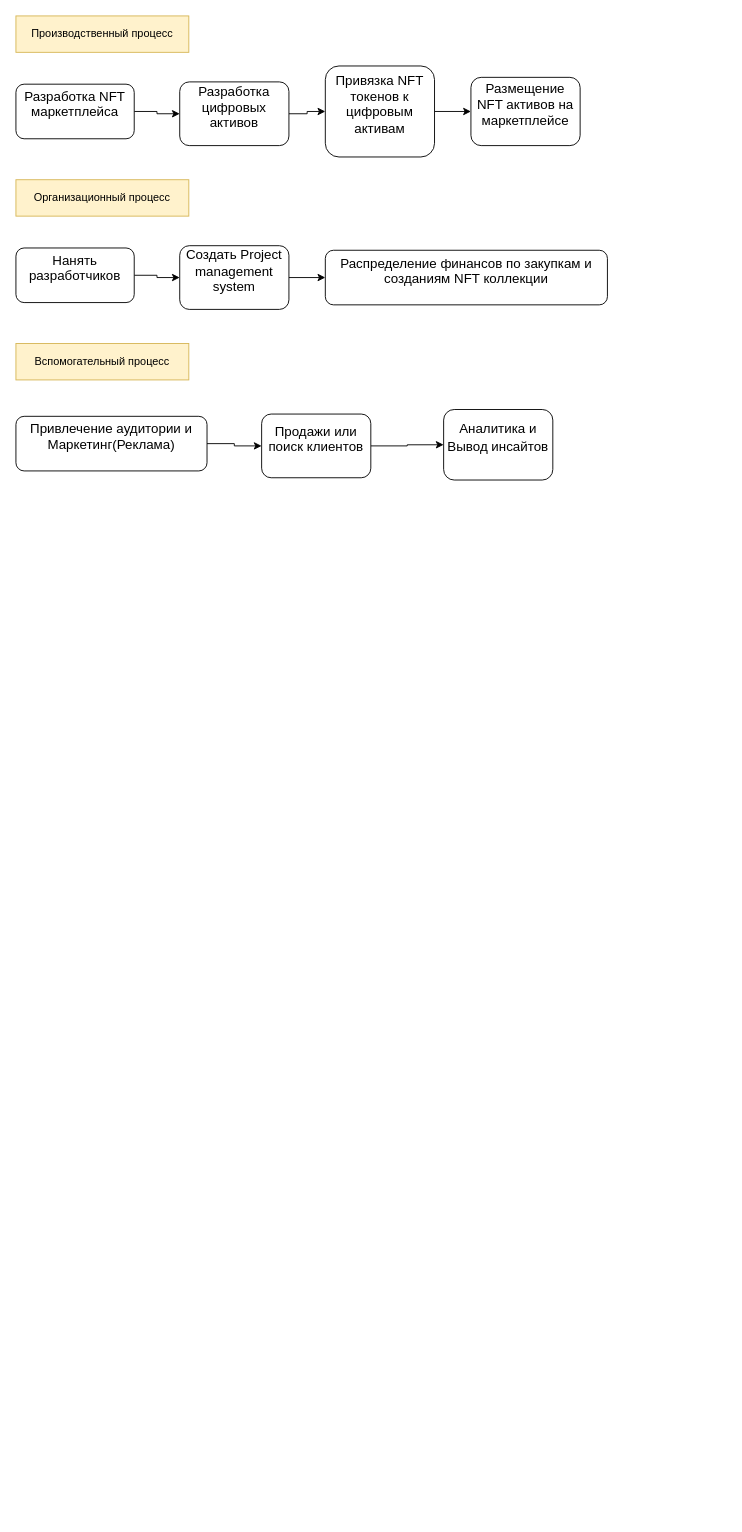
This is Untitled Diagram.drawio from sultanbek149/mmtour, a draw.io file, before an edit. Source tidied: cells renumbered, new cells numbered last; positions are measured from the earlier drawing's top-left corner, leaving out a move shared by most shapes. Both pictures are drawn from the tidied source at 91%, with x=0, y=0 at pixel (15, 15).
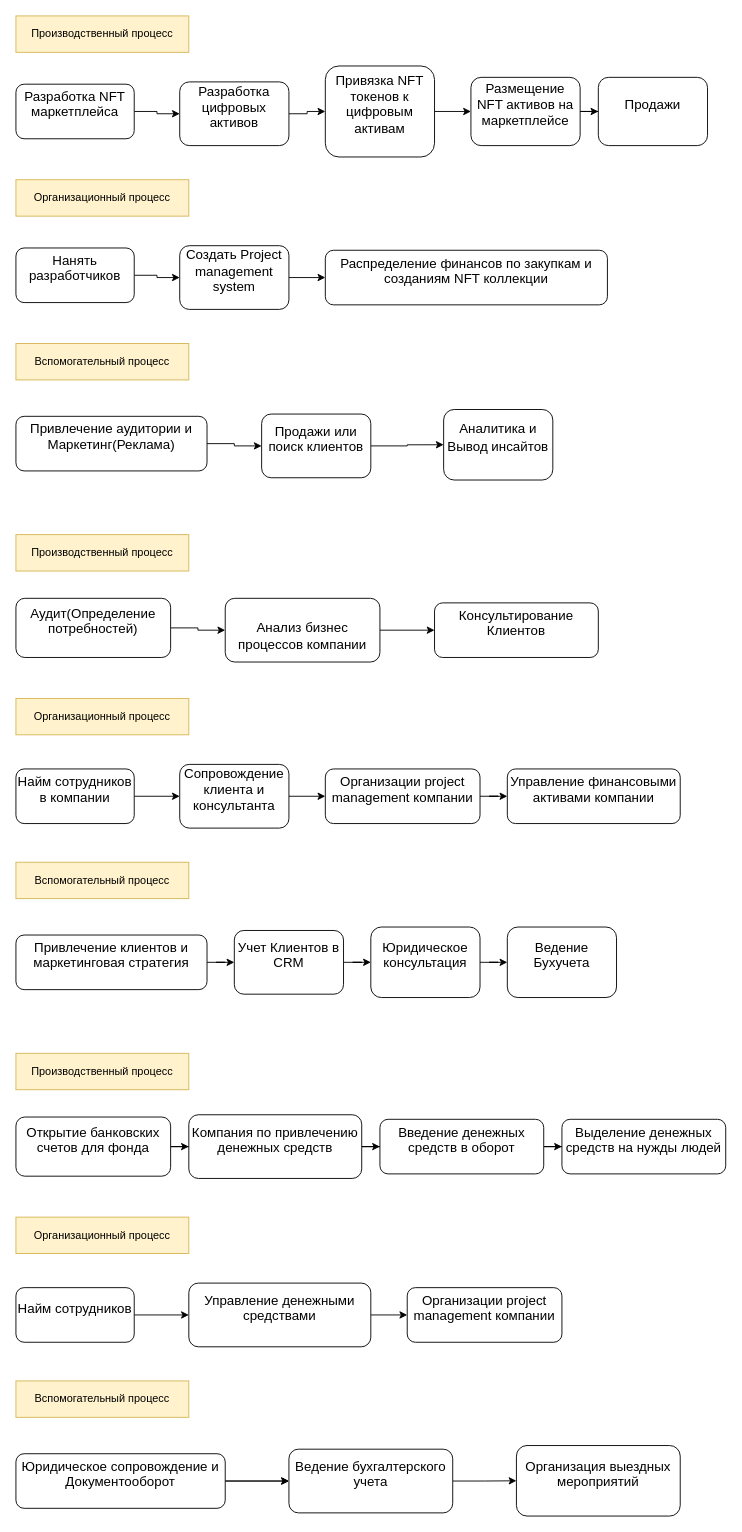
The same page after the edit.

The change refers to these unchanged cells:
```xml
<mxCell id="8" value="&#10;&lt;b id=&quot;docs-internal-guid-ccbc7a6e-7fff-dd11-a431-dc3e7549b8f0&quot; style=&quot;font-weight:normal;&quot;&gt;&lt;span style=&quot;font-size: 11pt; font-family: Arial; color: rgb(0, 0, 0); background-color: transparent; font-weight: 400; font-style: normal; font-variant: normal; text-decoration: none; vertical-align: baseline;&quot;&gt;Размещение NFT активов на маркетплейсе&lt;/span&gt;&lt;/b&gt;&#10;&#10;" style="rounded=1;whiteSpace=wrap;html=1;" parent="1" vertex="1">
  <mxGeometry x="500" y="67.5" width="120" height="75" as="geometry" />
</mxCell>
```

Change to the diagram source:
```diff
@@
+    <mxCell id="22" style="edgeStyle=orthogonalEdgeStyle;rounded=0;jettySize=auto;html=1;" parent="1" edge="1" source="8" target="66">
+      <mxGeometry relative="1" as="geometry" />
+    </mxCell>
@@
+    <mxCell id="23" style="edgeStyle=orthogonalEdgeStyle;rounded=0;jettySize=auto;html=1;entryX=0;entryY=0.5;entryDx=0;entryDy=0;" parent="1" edge="1" source="24" target="26">
+      <mxGeometry relative="1" as="geometry" />
+    </mxCell>
+    <mxCell id="24" value="&#10;&lt;b id=&quot;docs-internal-guid-e39f80f4-7fff-b17f-7479-836f5277891b&quot; style=&quot;font-weight:normal;&quot;&gt;&lt;span style=&quot;font-size: 11pt; font-family: Arial; color: rgb(0, 0, 0); background-color: transparent; font-weight: 400; font-style: normal; font-variant: normal; text-decoration: none; vertical-align: baseline;&quot;&gt;Аудит(Определение потребностей) &lt;/span&gt;&lt;/b&gt;&#10;&#10;" style="rounded=1;whiteSpace=wrap;html=1;" parent="1" vertex="1">
+      <mxGeometry y="640" width="170" height="65" as="geometry" />
+    </mxCell>
+    <mxCell id="25" style="edgeStyle=orthogonalEdgeStyle;rounded=0;jettySize=auto;html=1;entryX=0;entryY=0.5;entryDx=0;entryDy=0;" parent="1" edge="1" source="26" target="27">
+      <mxGeometry relative="1" as="geometry" />
+    </mxCell>
+    <mxCell id="26" value="&lt;br&gt;&lt;b id=&quot;docs-internal-guid-de23997b-7fff-5160-2b00-cbf0acf398ae&quot; style=&quot;font-weight:normal;&quot;&gt;&lt;span style=&quot;font-size: 11pt; font-family: Arial; color: rgb(0, 0, 0); background-color: transparent; font-weight: 400; font-style: normal; font-variant: normal; text-decoration: none; vertical-align: baseline;&quot;&gt;Анализ бизнес процессов компании&lt;/span&gt;&lt;/b&gt;&lt;br&gt;" style="rounded=1;whiteSpace=wrap;html=1;" parent="1" vertex="1">
+      <mxGeometry x="230" y="640" width="170" height="70" as="geometry" />
+    </mxCell>
+    <mxCell id="27" value="&#10;&lt;b id=&quot;docs-internal-guid-f3f77ac6-7fff-e741-70d7-939f3a9f3dd9&quot; style=&quot;font-weight:normal;&quot;&gt;&lt;span style=&quot;font-size: 11pt; font-family: Arial; color: rgb(0, 0, 0); background-color: transparent; font-weight: 400; font-style: normal; font-variant: normal; text-decoration: none; vertical-align: baseline;&quot;&gt;Консультирование Клиентов&lt;/span&gt;&lt;/b&gt;&#10;&#10;" style="rounded=1;whiteSpace=wrap;html=1;" parent="1" vertex="1">
+      <mxGeometry x="460" y="645" width="180" height="60" as="geometry" />
+    </mxCell>
+    <mxCell id="28" value="Производственный процесс" style="rounded=0;whiteSpace=wrap;html=1;fillColor=#fff2cc;strokeColor=#d6b656;" parent="1" vertex="1">
+      <mxGeometry y="570" width="190" height="40" as="geometry" />
+    </mxCell>
+    <mxCell id="29" style="edgeStyle=orthogonalEdgeStyle;rounded=0;jettySize=auto;html=1;entryX=0;entryY=0.5;entryDx=0;entryDy=0;" parent="1" edge="1" source="30" target="32">
+      <mxGeometry relative="1" as="geometry" />
+    </mxCell>
+    <mxCell id="30" value="&#10;&lt;b id=&quot;docs-internal-guid-0f8b5d5e-7fff-fe9a-84e4-c1b95ffad4e1&quot; style=&quot;font-weight:normal;&quot;&gt;&lt;span style=&quot;font-size: 11pt; font-family: Arial; color: rgb(0, 0, 0); background-color: transparent; font-weight: 400; font-style: normal; font-variant: normal; text-decoration: none; vertical-align: baseline;&quot;&gt;Найм сотрудников в компании&lt;/span&gt;&lt;/b&gt;&#10;&#10;" style="rounded=1;whiteSpace=wrap;html=1;" parent="1" vertex="1">
+      <mxGeometry y="827.5" width="130" height="60" as="geometry" />
+    </mxCell>
+    <mxCell id="31" style="edgeStyle=orthogonalEdgeStyle;rounded=0;jettySize=auto;html=1;entryX=0;entryY=0.5;entryDx=0;entryDy=0;" parent="1" edge="1" source="32" target="34">
+      <mxGeometry relative="1" as="geometry" />
+    </mxCell>
+    <mxCell id="32" value="&#10;&lt;b id=&quot;docs-internal-guid-c462c01d-7fff-4cb5-15da-b755e34e9159&quot; style=&quot;font-weight:normal;&quot;&gt;&lt;span style=&quot;font-size: 11pt; font-family: Arial; color: rgb(0, 0, 0); background-color: transparent; font-weight: 400; font-style: normal; font-variant: normal; text-decoration: none; vertical-align: baseline;&quot;&gt;Сопровождение клиента и консультанта &lt;/span&gt;&lt;/b&gt;&#10;&#10;" style="rounded=1;whiteSpace=wrap;html=1;" parent="1" vertex="1">
+      <mxGeometry x="180" y="822.5" width="120" height="70" as="geometry" />
+    </mxCell>
+    <mxCell id="33" style="edgeStyle=orthogonalEdgeStyle;rounded=0;jettySize=auto;html=1;entryX=0;entryY=0.5;entryDx=0;entryDy=0;" parent="1" edge="1" source="34" target="44">
+      <mxGeometry relative="1" as="geometry" />
+    </mxCell>
+    <mxCell id="34" value="&#10;&lt;b id=&quot;docs-internal-guid-fbcc2265-7fff-6ce4-9e30-935db00eb05e&quot; style=&quot;font-weight:normal;&quot;&gt;&lt;span style=&quot;font-size: 11pt; font-family: Arial; color: rgb(0, 0, 0); background-color: transparent; font-weight: 400; font-style: normal; font-variant: normal; text-decoration: none; vertical-align: baseline;&quot;&gt;Организации project management компании &lt;/span&gt;&lt;/b&gt;&#10;&#10;" style="rounded=1;whiteSpace=wrap;html=1;" parent="1" vertex="1">
+      <mxGeometry x="340" y="827.5" width="170" height="60" as="geometry" />
+    </mxCell>
+    <mxCell id="35" value="Организационный процесс" style="rounded=0;whiteSpace=wrap;html=1;fillColor=#fff2cc;strokeColor=#d6b656;" parent="1" vertex="1">
+      <mxGeometry y="750" width="190" height="40" as="geometry" />
+    </mxCell>
+    <mxCell id="36" value="Вспомогательный процесс" style="rounded=0;whiteSpace=wrap;html=1;fillColor=#fff2cc;strokeColor=#d6b656;" parent="1" vertex="1">
+      <mxGeometry y="930" width="190" height="40" as="geometry" />
+    </mxCell>
+    <mxCell id="37" style="edgeStyle=orthogonalEdgeStyle;rounded=0;jettySize=auto;html=1;entryX=0;entryY=0.5;entryDx=0;entryDy=0;" parent="1" edge="1" source="38" target="40">
+      <mxGeometry relative="1" as="geometry" />
+    </mxCell>
+    <mxCell id="38" value="&#10;&lt;b id=&quot;docs-internal-guid-5d1d78f2-7fff-3f8a-8016-0a550ca6c14c&quot; style=&quot;font-weight:normal;&quot;&gt;&lt;span style=&quot;font-size: 11pt; font-family: Arial; color: rgb(0, 0, 0); background-color: transparent; font-weight: 400; font-style: normal; font-variant: normal; text-decoration: none; vertical-align: baseline;&quot;&gt;Привлечение клиентов и маркетинговая стратегия &lt;/span&gt;&lt;/b&gt;&#10;&#10;" style="rounded=1;whiteSpace=wrap;html=1;" parent="1" vertex="1">
+      <mxGeometry y="1010" width="210" height="60" as="geometry" />
+    </mxCell>
+    <mxCell id="39" style="edgeStyle=orthogonalEdgeStyle;rounded=0;jettySize=auto;html=1;entryX=0;entryY=0.5;entryDx=0;entryDy=0;" parent="1" edge="1" source="40" target="42">
+      <mxGeometry relative="1" as="geometry" />
+    </mxCell>
+    <mxCell id="40" value="&#10;&lt;b id=&quot;docs-internal-guid-d34a9768-7fff-b251-e9e5-b16be181ba30&quot; style=&quot;font-weight:normal;&quot;&gt;&lt;span style=&quot;font-size: 11pt; font-family: Arial; color: rgb(0, 0, 0); background-color: transparent; font-weight: 400; font-style: normal; font-variant: normal; text-decoration: none; vertical-align: baseline;&quot;&gt;Учет Клиентов в CRM&lt;/span&gt;&lt;/b&gt;&#10;&#10;" style="rounded=1;whiteSpace=wrap;html=1;" parent="1" vertex="1">
+      <mxGeometry x="240" y="1005" width="120" height="70" as="geometry" />
+    </mxCell>
+    <mxCell id="41" style="edgeStyle=orthogonalEdgeStyle;rounded=0;jettySize=auto;html=1;" parent="1" edge="1" source="42" target="43">
+      <mxGeometry relative="1" as="geometry" />
+    </mxCell>
+    <mxCell id="42" value="&#10;&lt;b id=&quot;docs-internal-guid-b73d77fd-7fff-e043-3293-66844e26afa7&quot; style=&quot;font-weight:normal;&quot;&gt;&lt;span style=&quot;font-size: 11pt; font-family: Arial; color: rgb(0, 0, 0); background-color: transparent; font-weight: 400; font-style: normal; font-variant: normal; text-decoration: none; vertical-align: baseline;&quot;&gt;Юридическое консультация&lt;/span&gt;&lt;/b&gt;&#10;&#10;" style="rounded=1;whiteSpace=wrap;html=1;" parent="1" vertex="1">
+      <mxGeometry x="390" y="1001.2" width="120" height="77.5" as="geometry" />
+    </mxCell>
+    <mxCell id="43" value="&#10;&lt;b id=&quot;docs-internal-guid-2f4207cc-7fff-4f81-8a82-0050f741820a&quot; style=&quot;font-weight:normal;&quot;&gt;&lt;span style=&quot;font-size: 11pt; font-family: Arial; color: rgb(0, 0, 0); background-color: transparent; font-weight: 400; font-style: normal; font-variant: normal; text-decoration: none; vertical-align: baseline;&quot;&gt;Ведение Бухучета &lt;/span&gt;&lt;/b&gt;&#10;&#10;" style="rounded=1;whiteSpace=wrap;html=1;" parent="1" vertex="1">
+      <mxGeometry x="540" y="1001.2" width="120" height="77.5" as="geometry" />
+    </mxCell>
+    <mxCell id="44" value="&#10;&lt;b id=&quot;docs-internal-guid-fe8669e9-7fff-035b-330b-f3b5a4d4f21e&quot; style=&quot;font-weight:normal;&quot;&gt;&lt;span style=&quot;font-size: 11pt; font-family: Arial; color: rgb(0, 0, 0); background-color: transparent; font-weight: 400; font-style: normal; font-variant: normal; text-decoration: none; vertical-align: baseline;&quot;&gt;Управление финансовыми активами компании &lt;/span&gt;&lt;/b&gt;&#10;&#10;" style="rounded=1;whiteSpace=wrap;html=1;" parent="1" vertex="1">
+      <mxGeometry x="540" y="827.5" width="190" height="60" as="geometry" />
+    </mxCell>
+    <mxCell id="45" style="edgeStyle=orthogonalEdgeStyle;rounded=0;jettySize=auto;html=1;entryX=0;entryY=0.5;entryDx=0;entryDy=0;" parent="1" edge="1" source="46" target="48">
+      <mxGeometry relative="1" as="geometry" />
+    </mxCell>
+    <mxCell id="46" value="&#10;&lt;b id=&quot;docs-internal-guid-cefa3436-7fff-01af-74ba-70fbac50dba5&quot; style=&quot;font-weight:normal;&quot;&gt;&lt;span style=&quot;font-size: 11pt; font-family: Arial; color: rgb(0, 0, 0); background-color: transparent; font-weight: 400; font-style: normal; font-variant: normal; text-decoration: none; vertical-align: baseline;&quot;&gt;Открытие банковских счетов для фонда &lt;/span&gt;&lt;/b&gt;&#10;&#10;" style="rounded=1;whiteSpace=wrap;html=1;" parent="1" vertex="1">
+      <mxGeometry y="1210" width="170" height="65" as="geometry" />
+    </mxCell>
+    <mxCell id="47" style="edgeStyle=orthogonalEdgeStyle;rounded=0;jettySize=auto;html=1;entryX=0;entryY=0.5;entryDx=0;entryDy=0;" parent="1" edge="1" source="48" target="50">
+      <mxGeometry relative="1" as="geometry" />
+    </mxCell>
+    <mxCell id="48" value="&#10;&lt;b id=&quot;docs-internal-guid-3e9f7b9d-7fff-3a05-1a1b-f8e4127007ad&quot; style=&quot;font-weight:normal;&quot;&gt;&lt;span style=&quot;font-size: 11pt; font-family: Arial; color: rgb(0, 0, 0); background-color: transparent; font-weight: 400; font-style: normal; font-variant: normal; text-decoration: none; vertical-align: baseline;&quot;&gt;Компания по привлечению денежных средств &lt;/span&gt;&lt;/b&gt;&#10;&#10;" style="rounded=1;whiteSpace=wrap;html=1;" parent="1" vertex="1">
+      <mxGeometry x="190" y="1207.5" width="190" height="70" as="geometry" />
+    </mxCell>
+    <mxCell id="49" style="edgeStyle=orthogonalEdgeStyle;rounded=0;jettySize=auto;html=1;entryX=0;entryY=0.5;entryDx=0;entryDy=0;" parent="1" edge="1" source="50" target="65">
+      <mxGeometry relative="1" as="geometry" />
+    </mxCell>
+    <mxCell id="50" value="&#10;&lt;b id=&quot;docs-internal-guid-65af1e6c-7fff-b7fd-8757-971f292750b2&quot; style=&quot;font-weight:normal;&quot;&gt;&lt;span style=&quot;font-size: 11pt; font-family: Arial; color: rgb(0, 0, 0); background-color: transparent; font-weight: 400; font-style: normal; font-variant: normal; text-decoration: none; vertical-align: baseline;&quot;&gt;Введение денежных средств в оборот &lt;/span&gt;&lt;/b&gt;&#10;&#10;" style="rounded=1;whiteSpace=wrap;html=1;" parent="1" vertex="1">
+      <mxGeometry x="400" y="1212.5" width="180" height="60" as="geometry" />
+    </mxCell>
+    <mxCell id="51" value="Производственный процесс" style="rounded=0;whiteSpace=wrap;html=1;fillColor=#fff2cc;strokeColor=#d6b656;" parent="1" vertex="1">
+      <mxGeometry y="1140" width="190" height="40" as="geometry" />
+    </mxCell>
+    <mxCell id="52" style="edgeStyle=orthogonalEdgeStyle;rounded=0;jettySize=auto;html=1;entryX=0;entryY=0.5;entryDx=0;entryDy=0;" parent="1" edge="1" source="53" target="55">
+      <mxGeometry relative="1" as="geometry" />
+    </mxCell>
+    <mxCell id="53" value="&#10;&lt;b id=&quot;docs-internal-guid-64914f5c-7fff-d9cc-cb98-894156369909&quot; style=&quot;font-weight:normal;&quot;&gt;&lt;span style=&quot;font-size: 11pt; font-family: Arial; color: rgb(0, 0, 0); background-color: transparent; font-weight: 400; font-style: normal; font-variant: normal; text-decoration: none; vertical-align: baseline;&quot;&gt;Найм сотрудников&lt;/span&gt;&lt;/b&gt;&#10;&#10;" style="rounded=1;whiteSpace=wrap;html=1;" parent="1" vertex="1">
+      <mxGeometry y="1397.5" width="130" height="60" as="geometry" />
+    </mxCell>
+    <mxCell id="54" style="edgeStyle=orthogonalEdgeStyle;rounded=0;jettySize=auto;html=1;entryX=0;entryY=0.5;entryDx=0;entryDy=0;" parent="1" edge="1" source="55" target="56">
+      <mxGeometry relative="1" as="geometry" />
+    </mxCell>
+    <mxCell id="55" value="&#10;&lt;b id=&quot;docs-internal-guid-54f26c0d-7fff-f82d-be3c-b8fee72574c4&quot; style=&quot;font-weight:normal;&quot;&gt;&lt;span style=&quot;font-size: 11pt; font-family: Arial; color: rgb(0, 0, 0); background-color: transparent; font-weight: 400; font-style: normal; font-variant: normal; text-decoration: none; vertical-align: baseline;&quot;&gt;Управление денежными средствами &lt;/span&gt;&lt;/b&gt;&#10;&#10;" style="rounded=1;whiteSpace=wrap;html=1;" parent="1" vertex="1">
+      <mxGeometry x="190" y="1392.5" width="200" height="70" as="geometry" />
+    </mxCell>
+    <mxCell id="56" value="&#10;&lt;b id=&quot;docs-internal-guid-fbcc2265-7fff-6ce4-9e30-935db00eb05e&quot; style=&quot;font-weight:normal;&quot;&gt;&lt;span style=&quot;font-size: 11pt; font-family: Arial; color: rgb(0, 0, 0); background-color: transparent; font-weight: 400; font-style: normal; font-variant: normal; text-decoration: none; vertical-align: baseline;&quot;&gt;Организации project management компании &lt;/span&gt;&lt;/b&gt;&#10;&#10;" style="rounded=1;whiteSpace=wrap;html=1;" parent="1" vertex="1">
+      <mxGeometry x="430" y="1397.5" width="170" height="60" as="geometry" />
+    </mxCell>
+    <mxCell id="57" value="Организационный процесс" style="rounded=0;whiteSpace=wrap;html=1;fillColor=#fff2cc;strokeColor=#d6b656;" parent="1" vertex="1">
+      <mxGeometry y="1320" width="190" height="40" as="geometry" />
+    </mxCell>
+    <mxCell id="58" value="Вспомогательный процесс" style="rounded=0;whiteSpace=wrap;html=1;fillColor=#fff2cc;strokeColor=#d6b656;" parent="1" vertex="1">
+      <mxGeometry y="1500" width="190" height="40" as="geometry" />
+    </mxCell>
+    <mxCell id="59" style="edgeStyle=orthogonalEdgeStyle;rounded=0;jettySize=auto;html=1;entryX=0;entryY=0.5;entryDx=0;entryDy=0;" parent="1" edge="1" source="61" target="63">
+      <mxGeometry relative="1" as="geometry" />
+    </mxCell>
+    <mxCell id="60" style="edgeStyle=orthogonalEdgeStyle;rounded=0;jettySize=auto;html=1;" parent="1" edge="1" source="61" target="63">
+      <mxGeometry relative="1" as="geometry" />
+    </mxCell>
+    <mxCell id="61" value="&#10;&lt;b id=&quot;docs-internal-guid-a7ace372-7fff-94b1-c8f7-b701fc2b125b&quot; style=&quot;font-weight:normal;&quot;&gt;&lt;span style=&quot;font-size: 11pt; font-family: Arial; color: rgb(0, 0, 0); background-color: transparent; font-weight: 400; font-style: normal; font-variant: normal; text-decoration: none; vertical-align: baseline;&quot;&gt;Юридическое сопровождение и Документооборот &lt;/span&gt;&lt;/b&gt;&#10;&#10;" style="rounded=1;whiteSpace=wrap;html=1;" parent="1" vertex="1">
+      <mxGeometry y="1580" width="230" height="60" as="geometry" />
+    </mxCell>
+    <mxCell id="62" style="edgeStyle=orthogonalEdgeStyle;rounded=0;jettySize=auto;html=1;entryX=0;entryY=0.5;entryDx=0;entryDy=0;" parent="1" edge="1" source="63" target="64">
+      <mxGeometry relative="1" as="geometry" />
+    </mxCell>
+    <mxCell id="63" value="&#10;&lt;b id=&quot;docs-internal-guid-3ca154b0-7fff-b5f7-464d-e6866d0df9e3&quot; style=&quot;font-weight:normal;&quot;&gt;&lt;span style=&quot;font-size: 11pt; font-family: Arial; color: rgb(0, 0, 0); background-color: transparent; font-weight: 400; font-style: normal; font-variant: normal; text-decoration: none; vertical-align: baseline;&quot;&gt;Ведение бухгалтерского учета &lt;/span&gt;&lt;/b&gt;&#10;&#10;" style="rounded=1;whiteSpace=wrap;html=1;" parent="1" vertex="1">
+      <mxGeometry x="300" y="1575" width="180" height="70" as="geometry" />
+    </mxCell>
+    <mxCell id="64" value="&#10;&lt;b id=&quot;docs-internal-guid-65eace53-7fff-cdde-0d3c-008ab9a9d5b7&quot; style=&quot;font-weight:normal;&quot;&gt;&lt;span style=&quot;font-size: 11pt; font-family: Arial; color: rgb(0, 0, 0); background-color: transparent; font-weight: 400; font-style: normal; font-variant: normal; text-decoration: none; vertical-align: baseline;&quot;&gt;Организация выездных мероприятий&lt;/span&gt;&lt;/b&gt;&#10;&#10;" style="rounded=1;whiteSpace=wrap;html=1;" parent="1" vertex="1">
+      <mxGeometry x="550" y="1571" width="180" height="77.5" as="geometry" />
+    </mxCell>
+    <mxCell id="65" value="&#10;&lt;b id=&quot;docs-internal-guid-e5a585c3-7fff-22a1-038c-6ba4bf61bbe6&quot; style=&quot;font-weight:normal;&quot;&gt;&lt;span style=&quot;font-size: 11pt; font-family: Arial; color: rgb(0, 0, 0); background-color: transparent; font-weight: 400; font-style: normal; font-variant: normal; text-decoration: none; vertical-align: baseline;&quot;&gt;Выделение денежных средств на нужды людей&lt;/span&gt;&lt;/b&gt;&#10;&#10;" style="rounded=1;whiteSpace=wrap;html=1;" parent="1" vertex="1">
+      <mxGeometry x="600" y="1212.5" width="180" height="60" as="geometry" />
+    </mxCell>
+    <mxCell id="66" value="&#10;&lt;b id=&quot;docs-internal-guid-5c2b5a87-7fff-4796-0d70-f30085e108e0&quot; style=&quot;font-weight:normal;&quot;&gt;&lt;span style=&quot;font-size: 11pt; font-family: Arial; color: rgb(0, 0, 0); background-color: transparent; font-weight: 400; font-style: normal; font-variant: normal; text-decoration: none; vertical-align: baseline;&quot;&gt;Продажи&lt;/span&gt;&lt;/b&gt;&#10;&#10;" style="rounded=1;whiteSpace=wrap;html=1;" parent="1" vertex="1">
+      <mxGeometry x="640" y="67.5" width="120" height="75" as="geometry" />
+    </mxCell>
```
